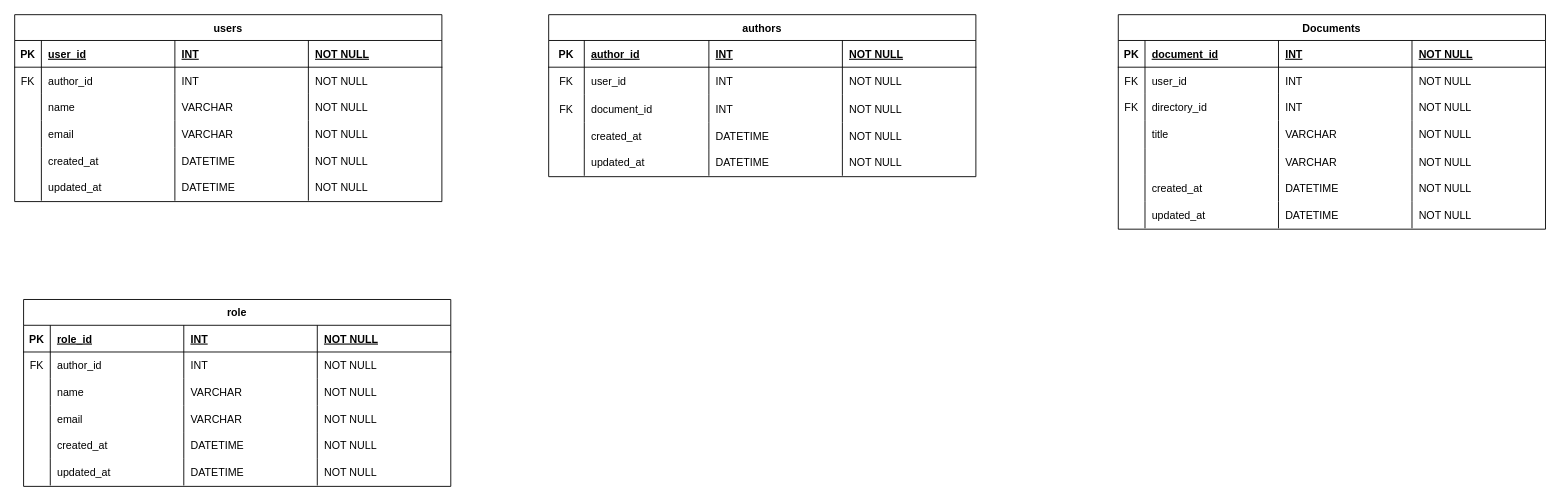
Before: データベース設計/データモデリング/データモデリング3/課題1/課題1.drawio in ISAWASHUN/PrAhaChallenge, a draw.io diagram. Source tidied: cells renumbered, new cells numbered last; positions are measured from the earlier drawing's top-left corner, leaving out a move shared by most shapes. Both pictures are drawn from the tidied source at 89%, with x=0, y=0 at pixel (14, 14).
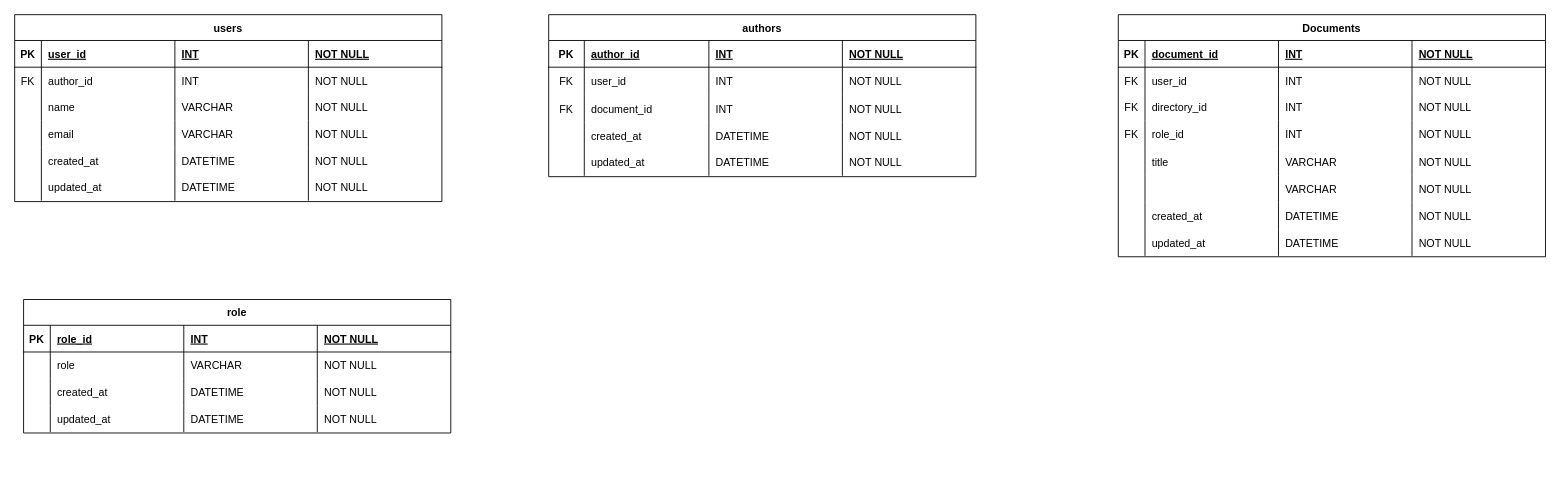
The same page after the edit.

Commit message (it also covers changes not shown here):
✨Database Modeling3 rolesテーブルのERの作成

What changed in the source:
```diff
@@
     <mxCell id="33" value="Documents" style="shape=table;startSize=29;childLayout=tableLayout;rowLines=0;fontStyle=1;align=center;strokeColor=#000000;" parent="1" vertex="1">
-      <mxGeometry x="1240" width="480" height="241" as="geometry" />
+      <mxGeometry x="1240" width="480" height="272" as="geometry" />
     </mxCell>
@@
+    <mxCell id="126" style="shape=tableRow;horizontal=0;startSize=0;swimlaneHead=0;swimlaneBody=0;fillColor=none;top=0;left=0;right=0;bottom=0;" parent="33" vertex="1">
+      <mxGeometry y="119" width="480" height="31" as="geometry" />
+    </mxCell>
+    <mxCell id="102" value="FK" style="shape=partialRectangle;fillColor=none;top=0;left=0;bottom=0;right=0;overflow=hidden;fontColor=#000000;" parent="126" vertex="1">
+      <mxGeometry width="30" height="31" as="geometry" />
+    </mxCell>
+    <mxCell id="127" value="role_id " style="shape=partialRectangle;fillColor=none;top=0;left=0;bottom=0;right=0;align=left;spacingLeft=6;overflow=hidden;fontColor=#000000;" parent="126" vertex="1">
+      <mxGeometry x="30" width="150" height="31" as="geometry" />
+    </mxCell>
+    <mxCell id="104" value="INT" style="shape=partialRectangle;fillColor=none;top=0;left=0;bottom=0;right=0;align=left;spacingLeft=6;overflow=hidden;fontColor=#000000;" parent="126" vertex="1">
+      <mxGeometry x="180" width="150" height="31" as="geometry" />
+    </mxCell>
+    <mxCell id="128" value="NOT NULL" style="shape=partialRectangle;fillColor=none;top=0;left=0;bottom=0;right=0;align=left;spacingLeft=6;overflow=hidden;fontColor=#000000;" parent="126" vertex="1">
+      <mxGeometry x="330" width="150" height="31" as="geometry" />
+    </mxCell>
     <mxCell id="49" style="shape=tableRow;horizontal=0;startSize=0;swimlaneHead=0;swimlaneBody=0;fillColor=none;top=0;left=0;right=0;bottom=0;" parent="33" vertex="1">
-      <mxGeometry y="119" width="480" height="31" as="geometry" />
+      <mxGeometry y="150" width="480" height="31" as="geometry" />
     </mxCell>
@@
     <mxCell id="54" style="shape=tableRow;horizontal=0;startSize=0;swimlaneHead=0;swimlaneBody=0;fillColor=none;top=0;left=0;right=0;bottom=0;" parent="33" vertex="1">
-      <mxGeometry y="150" width="480" height="30" as="geometry" />
+      <mxGeometry y="181" width="480" height="30" as="geometry" />
     </mxCell>
@@
     <mxCell id="59" style="shape=tableRow;horizontal=0;startSize=0;swimlaneHead=0;swimlaneBody=0;fillColor=none;top=0;left=0;right=0;bottom=0;" parent="33" vertex="1">
-      <mxGeometry y="180" width="480" height="30" as="geometry" />
+      <mxGeometry y="211" width="480" height="30" as="geometry" />
     </mxCell>
@@
     <mxCell id="64" style="shape=tableRow;horizontal=0;startSize=0;swimlaneHead=0;swimlaneBody=0;fillColor=none;top=0;left=0;right=0;bottom=0;" parent="33" vertex="1">
-      <mxGeometry y="210" width="480" height="30" as="geometry" />
+      <mxGeometry y="241" width="480" height="30" as="geometry" />
     </mxCell>
@@
     <mxCell id="95" value="role" style="shape=table;startSize=29;childLayout=tableLayout;rowLines=0;fontStyle=1;align=center;strokeColor=#000000;" parent="1" vertex="1">
-      <mxGeometry x="10" y="320" width="480" height="210" as="geometry" />
+      <mxGeometry x="10" y="320" width="480" height="150" as="geometry" />
     </mxCell>
@@
-    <mxCell id="101" style="shape=tableRow;horizontal=0;startSize=0;swimlaneHead=0;swimlaneBody=0;fillColor=none;top=0;left=0;right=0;bottom=0;" parent="95" vertex="1">
-      <mxGeometry y="59" width="480" height="30" as="geometry" />
-    </mxCell>
-    <mxCell id="102" value="FK" style="shape=partialRectangle;fillColor=none;top=0;left=0;bottom=0;right=0;overflow=hidden;fontColor=#000000;" parent="101" vertex="1">
-      <mxGeometry width="30" height="30" as="geometry" />
-    </mxCell>
-    <mxCell id="103" value="author_id" style="shape=partialRectangle;fillColor=none;top=0;left=0;bottom=0;right=0;align=left;spacingLeft=6;overflow=hidden;fontColor=#000000;" parent="101" vertex="1">
-      <mxGeometry x="30" width="150" height="30" as="geometry" />
-    </mxCell>
-    <mxCell id="104" value="INT" style="shape=partialRectangle;fillColor=none;top=0;left=0;bottom=0;right=0;align=left;spacingLeft=6;overflow=hidden;fontColor=#000000;" parent="101" vertex="1">
-      <mxGeometry x="180" width="150" height="30" as="geometry" />
-    </mxCell>
-    <mxCell id="105" value="NOT NULL" style="shape=partialRectangle;fillColor=none;top=0;left=0;bottom=0;right=0;align=left;spacingLeft=6;overflow=hidden;fontColor=#000000;" parent="101" vertex="1">
-      <mxGeometry x="330" width="150" height="30" as="geometry" />
-    </mxCell>
     <mxCell id="106" style="shape=tableRow;horizontal=0;startSize=0;swimlaneHead=0;swimlaneBody=0;fillColor=none;top=0;left=0;right=0;bottom=0;" parent="95" vertex="1">
-      <mxGeometry y="89" width="480" height="30" as="geometry" />
+      <mxGeometry y="59" width="480" height="30" as="geometry" />
     </mxCell>
@@
-    <mxCell id="108" value="name" style="shape=partialRectangle;fillColor=none;top=0;left=0;bottom=0;right=0;align=left;spacingLeft=6;overflow=hidden;fontColor=#000000;" parent="106" vertex="1">
+    <mxCell id="108" value="role" style="shape=partialRectangle;fillColor=none;top=0;left=0;bottom=0;right=0;align=left;spacingLeft=6;overflow=hidden;fontColor=#000000;" parent="106" vertex="1">
       <mxGeometry x="30" width="150" height="30" as="geometry" />
     </mxCell>
@@
-    <mxCell id="111" style="shape=tableRow;horizontal=0;startSize=0;swimlaneHead=0;swimlaneBody=0;fillColor=none;top=0;left=0;right=0;bottom=0;" parent="95" vertex="1">
-      <mxGeometry y="119" width="480" height="30" as="geometry" />
-    </mxCell>
-    <mxCell id="112" style="shape=partialRectangle;fillColor=none;top=0;left=0;bottom=0;right=0;overflow=hidden;" parent="111" vertex="1">
-      <mxGeometry width="30" height="30" as="geometry" />
-    </mxCell>
-    <mxCell id="113" value="email" style="shape=partialRectangle;fillColor=none;top=0;left=0;bottom=0;right=0;align=left;spacingLeft=6;overflow=hidden;fontColor=#000000;" parent="111" vertex="1">
-      <mxGeometry x="30" width="150" height="30" as="geometry" />
-    </mxCell>
-    <mxCell id="114" value="VARCHAR" style="shape=partialRectangle;fillColor=none;top=0;left=0;bottom=0;right=0;align=left;spacingLeft=6;overflow=hidden;fontColor=#000000;" parent="111" vertex="1">
-      <mxGeometry x="180" width="150" height="30" as="geometry" />
-    </mxCell>
-    <mxCell id="115" value="NOT NULL" style="shape=partialRectangle;fillColor=none;top=0;left=0;bottom=0;right=0;align=left;spacingLeft=6;overflow=hidden;fontColor=#000000;" parent="111" vertex="1">
-      <mxGeometry x="330" width="150" height="30" as="geometry" />
-    </mxCell>
     <mxCell id="116" style="shape=tableRow;horizontal=0;startSize=0;swimlaneHead=0;swimlaneBody=0;fillColor=none;top=0;left=0;right=0;bottom=0;" parent="95" vertex="1">
-      <mxGeometry y="149" width="480" height="30" as="geometry" />
+      <mxGeometry y="89" width="480" height="30" as="geometry" />
     </mxCell>
@@
     <mxCell id="121" style="shape=tableRow;horizontal=0;startSize=0;swimlaneHead=0;swimlaneBody=0;fillColor=none;top=0;left=0;right=0;bottom=0;" parent="95" vertex="1">
-      <mxGeometry y="179" width="480" height="30" as="geometry" />
+      <mxGeometry y="119" width="480" height="30" as="geometry" />
     </mxCell>
```
